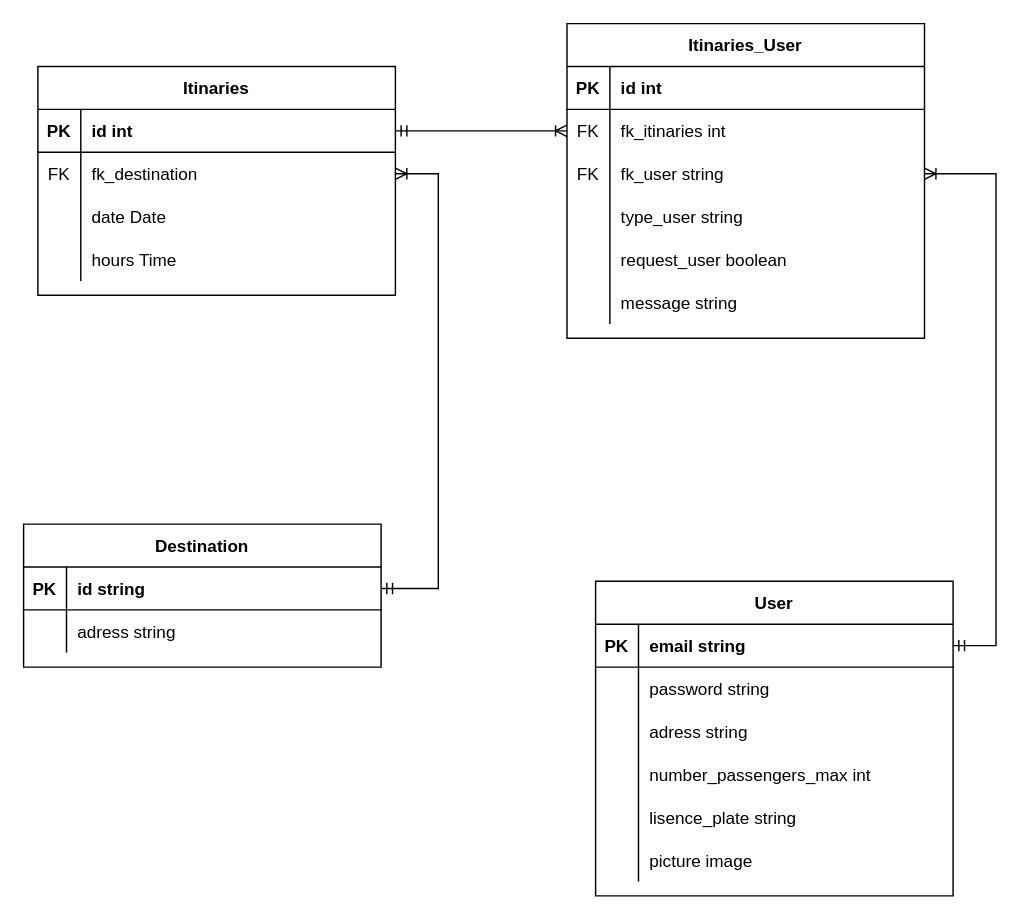
The draw.io diagram page "Page-1" (1 of 7) of Diagramme relationnel.drawio in jmimassi/Carpooling, before the edit. Source tidied: cells renumbered, new cells numbered last; positions are measured from the earlier drawing's top-left corner, leaving out a move shared by most shapes. Both pictures are drawn from the tidied source at 143%, with x=0, y=0 at pixel (23, 23).
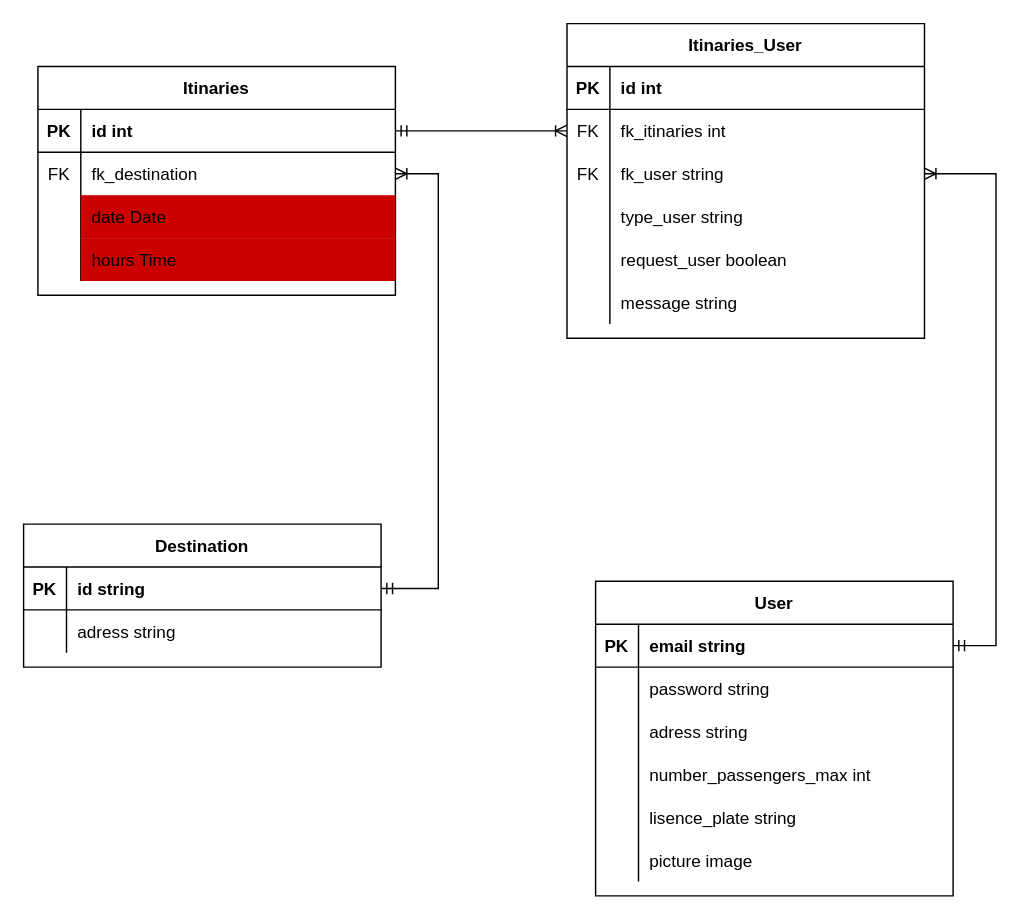
The same page after the edit.

The change refers to these unchanged cells:
```xml
<mxCell id="9" style="shape=partialRectangle;fillColor=none;top=0;left=0;right=0;bottom=0;" parent="2" vertex="1">
  <mxGeometry y="90" width="250" height="30" as="geometry" />
</mxCell>
<mxCell id="12" style="shape=partialRectangle;fillColor=none;top=0;left=0;right=0;bottom=0;" parent="2" vertex="1">
  <mxGeometry y="120" width="250" height="30" as="geometry" />
</mxCell>
```

The edit, as a diff of the source:
```diff
@@
-    <mxCell id="11" value="date Date" style="shape=partialRectangle;overflow=hidden;fillColor=none;top=0;left=0;bottom=0;right=0;align=left;spacingLeft=6;" parent="9" vertex="1">
+    <mxCell id="11" value="date Date" style="shape=partialRectangle;overflow=hidden;fillColor=#CC0000;top=0;left=0;bottom=0;right=0;align=left;spacingLeft=6;strokeColor=#FFFF33;" parent="9" vertex="1">
       <mxGeometry x="30" width="220" height="30" as="geometry" />
     </mxCell>
@@
-    <mxCell id="14" value="hours Time" style="shape=partialRectangle;overflow=hidden;fillColor=none;top=0;left=0;bottom=0;right=0;align=left;spacingLeft=6;" parent="12" vertex="1">
+    <mxCell id="14" value="hours Time" style="shape=partialRectangle;overflow=hidden;fillColor=#CC0000;top=0;left=0;bottom=0;right=0;align=left;spacingLeft=6;strokeColor=#F0F0F0;" parent="12" vertex="1">
       <mxGeometry x="30" width="220" height="30" as="geometry" />
     </mxCell>
```
